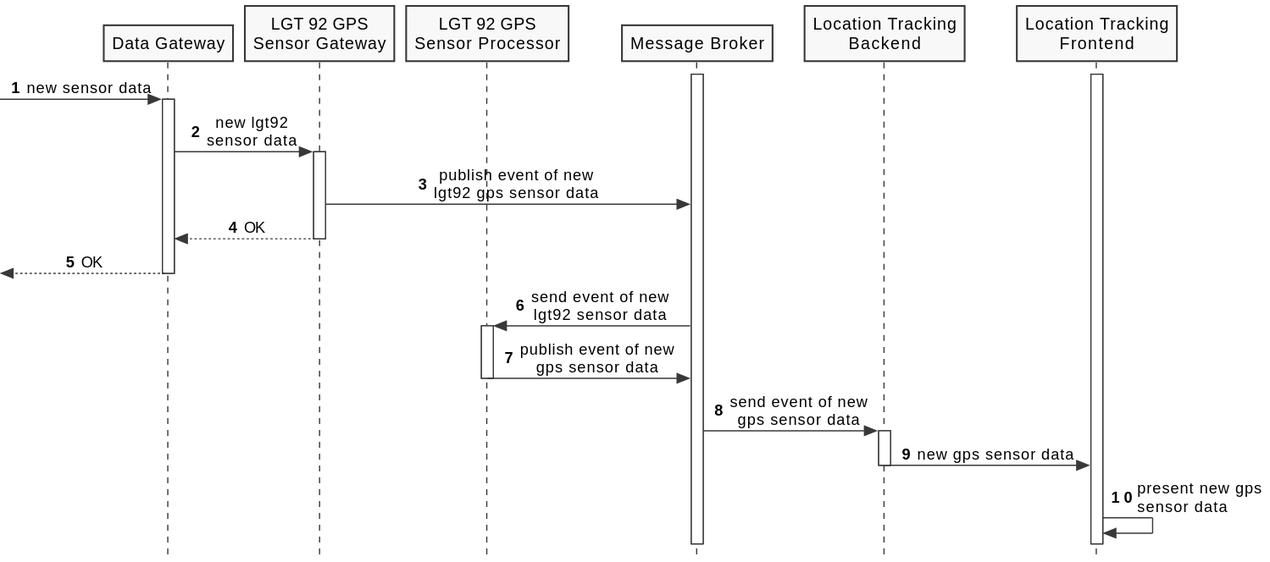
FilipeMCruz/sensae-console keeps this PlantUML diagram as docs/diagrams/process-view-level2-uc01.svg. Above is the earlier version.
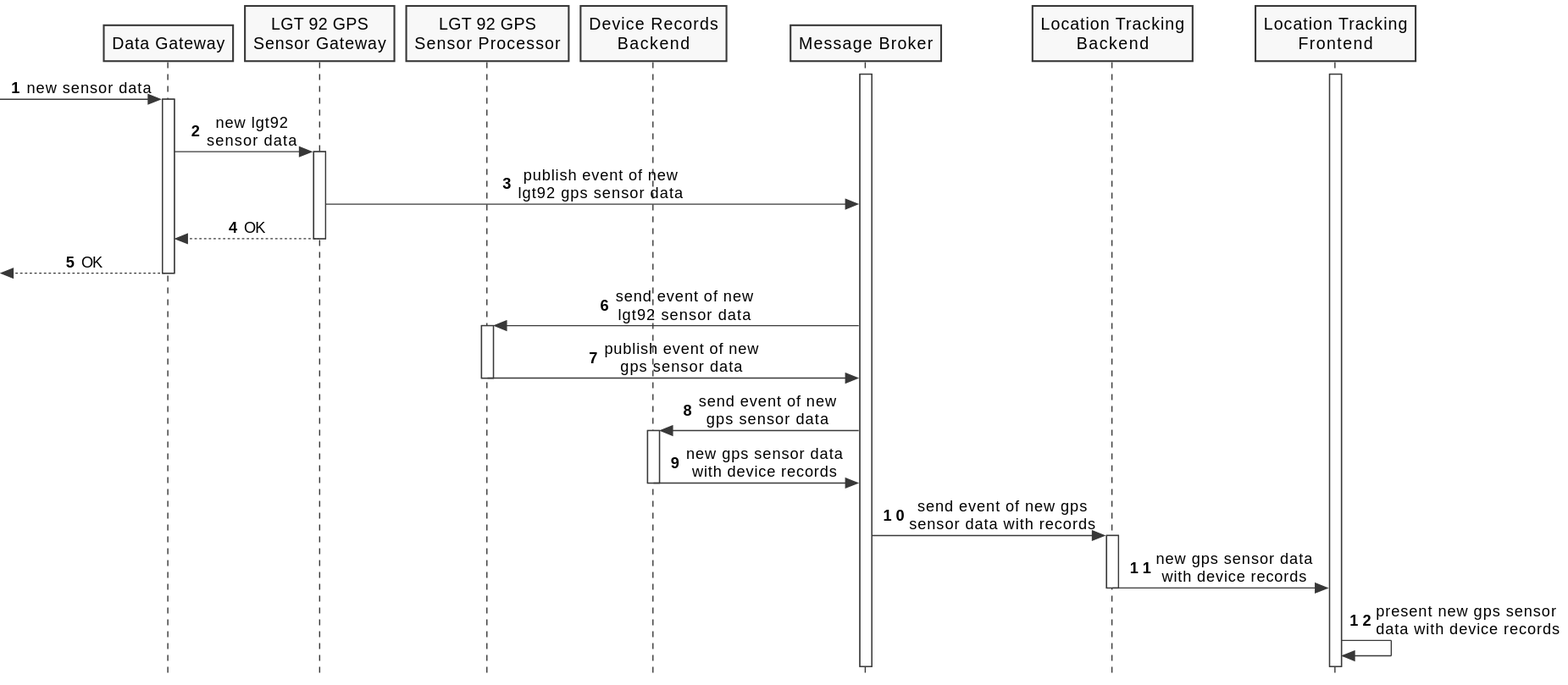
After the change.

What changed in the source:
```diff
@@ -10,6 +10,7 @@
 participant "Data Gateway" as DG
 participant "LGT 92 GPS\nSensor Gateway" as LGT92GPSG
 participant "LGT 92 GPS\nSensor Processor" as LGT92GPSP
+participant "Device Records\nBackend" as DRB
 participant "Message Broker" as MB
 participant "Location Tracking\nBackend" as LTB
 participant "Location Tracking\nFrontend" as LTF
@@ -37,11 +38,17 @@
 LGT92GPSP -> MB : publish event of new\ngps sensor data
 deactivate LGT92GPSP
 
-MB -> LTB : send event of new\ngps sensor data
+MB -> DRB : send event of new\ngps sensor data
+activate DRB
+
+DRB -> MB : new gps sensor data\nwith device records
+deactivate DRB
+
+MB -> LTB : send event of new gps\nsensor data with records
 activate LTB
 
-LTB -> LTF : new gps sensor data
+LTB -> LTF : new gps sensor data\nwith device records
 deactivate LTB
-LTF -> LTF : present new gps\nsensor data
+LTF -> LTF : present new gps sensor\ndata with device records
 
 @enduml
```
